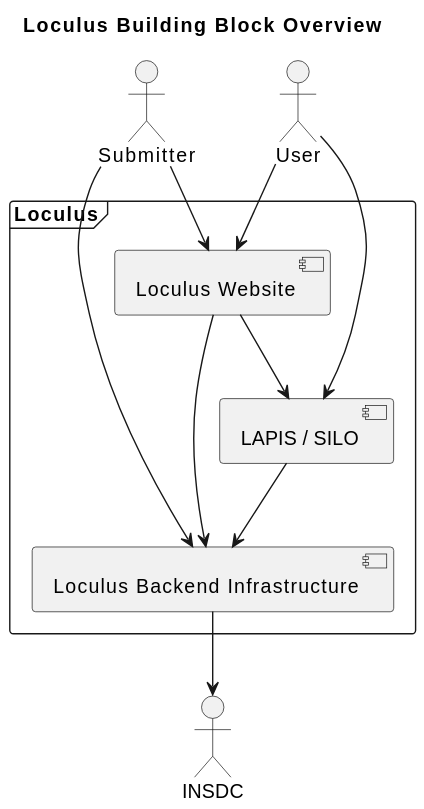
loculus-project/loculus keeps this PlantUML diagram as architecture_docs/plantuml/05_level_1.svg. Above is the earlier version.
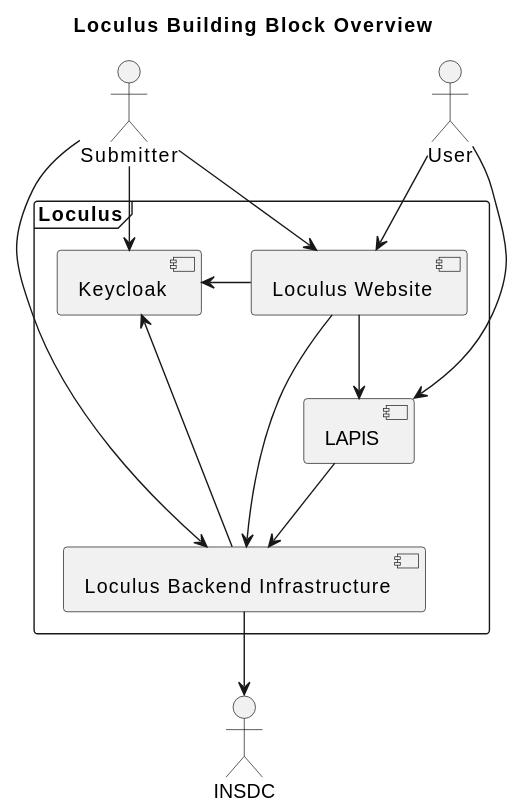
The same diagram one commit later.

The edit, as a diff of the source:
```diff
@@ -8,11 +8,13 @@
 frame Loculus as loculus {
     component "Loculus Website" as website
     component "Loculus Backend Infrastructure" as backend
-    component "LAPIS / SILO" as lapis
+    component "LAPIS" as lapis
+    component "Keycloak" as keycloak
 }
 
 submitter --> website
 submitter -right-> backend
+submitter --> keycloak
 
 user --> website
 user --> lapis
@@ -22,4 +24,7 @@
 lapis --> backend
 
 backend --> insdc
+
+backend -left-> keycloak
+website -left-> keycloak
 @enduml
```
